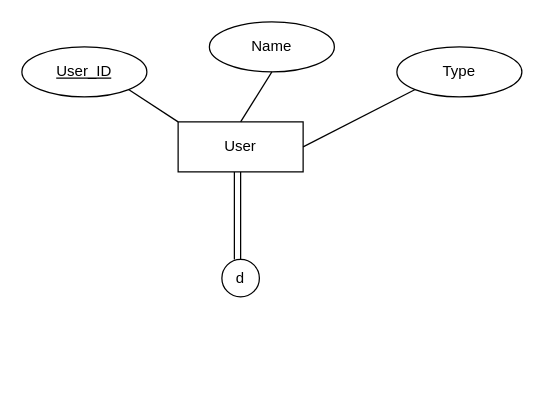
Above: finalProjectERD.drawio in tp12356twNccu/Database_NCCU (draw.io), before the change. Source tidied: cells renumbered, new cells numbered last; positions are measured from the earlier drawing's top-left corner, leaving out a move shared by most shapes. Both pictures are drawn from the tidied source at 125%, with x=0, y=0 at pixel (21, 21).
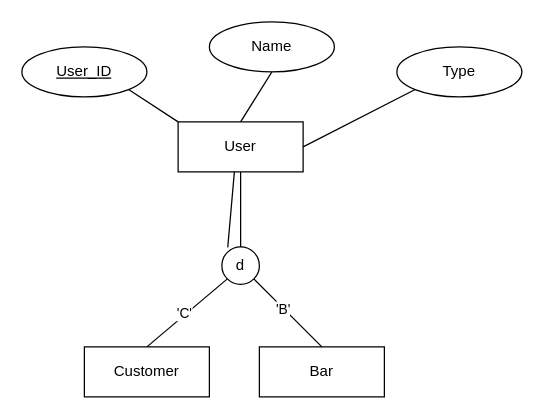
The same page after the edit.

What changed in the source:
```diff
@@
 <mxGraphModel>
   <root>
     <mxCell id="0" />
     <mxCell id="1" parent="0" />
     <mxCell id="2" value="User" style="whiteSpace=wrap;html=1;align=center;" parent="1" vertex="1">
       <mxGeometry x="125" y="80" width="100" height="40" as="geometry" />
     </mxCell>
     <mxCell id="3" value="User_ID" style="ellipse;whiteSpace=wrap;html=1;align=center;fontStyle=4;" parent="1" vertex="1">
       <mxGeometry y="20" width="100" height="40" as="geometry" />
     </mxCell>
     <mxCell id="4" value="Name" style="ellipse;whiteSpace=wrap;html=1;align=center;" parent="1" vertex="1">
       <mxGeometry x="150" width="100" height="40" as="geometry" />
     </mxCell>
     <mxCell id="5" value="Type" style="ellipse;whiteSpace=wrap;html=1;align=center;" parent="1" vertex="1">
       <mxGeometry x="300" y="20" width="100" height="40" as="geometry" />
     </mxCell>
     <mxCell id="6" value="d" style="ellipse;whiteSpace=wrap;html=1;" parent="1" vertex="1">
-      <mxGeometry x="160" y="190" width="30" height="30" as="geometry" />
+      <mxGeometry x="160" y="180" width="30" height="30" as="geometry" />
     </mxCell>
     <mxCell id="7" style="endArrow=none;html=1;rounded=0;entryX=0.5;entryY=0;entryDx=0;entryDy=0;exitX=0.5;exitY=1;exitDx=0;exitDy=0;" parent="1" edge="1" source="2" target="6">
       <mxGeometry relative="1" as="geometry" />
     </mxCell>
-    <mxCell id="8" style="endArrow=none;html=1;rounded=0;entryX=0.5;entryY=0;entryDx=0;entryDy=0;exitX=0.5;exitY=1;exitDx=0;exitDy=0;" parent="1" edge="1">
+    <mxCell id="8" style="endArrow=none;html=1;rounded=0;entryX=0.157;entryY=0.014;entryDx=0;entryDy=0;exitX=0.5;exitY=1;exitDx=0;exitDy=0;entryPerimeter=0;" parent="1" edge="1" target="6">
       <mxGeometry relative="1" as="geometry">
         <mxPoint x="170" y="120" as="sourcePoint" />
-        <mxPoint x="170" y="190" as="targetPoint" />
       </mxGeometry>
     </mxCell>
     <mxCell id="9" style="endArrow=none;html=1;rounded=0;entryX=0;entryY=0;entryDx=0;entryDy=0;exitX=1;exitY=1;exitDx=0;exitDy=0;" parent="1" edge="1" source="3" target="2">
       <mxGeometry relative="1" as="geometry" />
     </mxCell>
     <mxCell id="10" style="endArrow=none;html=1;rounded=0;entryX=0.5;entryY=0;entryDx=0;entryDy=0;exitX=0.5;exitY=1;exitDx=0;exitDy=0;" parent="1" edge="1" source="4" target="2">
       <mxGeometry relative="1" as="geometry" />
     </mxCell>
     <mxCell id="11" style="endArrow=none;html=1;rounded=0;entryX=1;entryY=0.5;entryDx=0;entryDy=0;exitX=0;exitY=1;exitDx=0;exitDy=0;" parent="1" edge="1" source="5" target="2">
       <mxGeometry relative="1" as="geometry" />
     </mxCell>
+    <mxCell id="12" value="Customer" style="whiteSpace=wrap;html=1;align=center;" parent="1" vertex="1">
+      <mxGeometry x="50" y="260" width="100" height="40" as="geometry" />
+    </mxCell>
+    <mxCell id="13" value="Bar" style="whiteSpace=wrap;html=1;align=center;" parent="1" vertex="1">
+      <mxGeometry x="190" y="260" width="100" height="40" as="geometry" />
+    </mxCell>
+    <mxCell id="14" style="endArrow=none;html=1;rounded=0;entryX=0;entryY=1;entryDx=0;entryDy=0;exitX=0.5;exitY=0;exitDx=0;exitDy=0;" parent="1" edge="1" source="12" target="6">
+      <mxGeometry relative="1" as="geometry" />
+    </mxCell>
+    <mxCell id="15" value="'C'" style="edgeLabel;html=1;align=center;verticalAlign=middle;" parent="14" vertex="1">
+      <mxGeometry x="-0.05" y="2" relative="1" as="geometry" />
+    </mxCell>
+    <mxCell id="16" style="endArrow=none;html=1;rounded=0;entryX=0.5;entryY=0;entryDx=0;entryDy=0;exitX=1;exitY=1;exitDx=0;exitDy=0;" parent="1" edge="1" source="6" target="13">
+      <mxGeometry relative="1" as="geometry" />
+    </mxCell>
+    <mxCell id="17" value="'B'" style="edgeLabel;html=1;align=center;verticalAlign=middle;" parent="16" vertex="1">
+      <mxGeometry x="-0.16" y="1" relative="1" as="geometry">
+        <mxPoint y="2" as="offset" />
+      </mxGeometry>
+    </mxCell>
   </root>
 </mxGraphModel>
```
